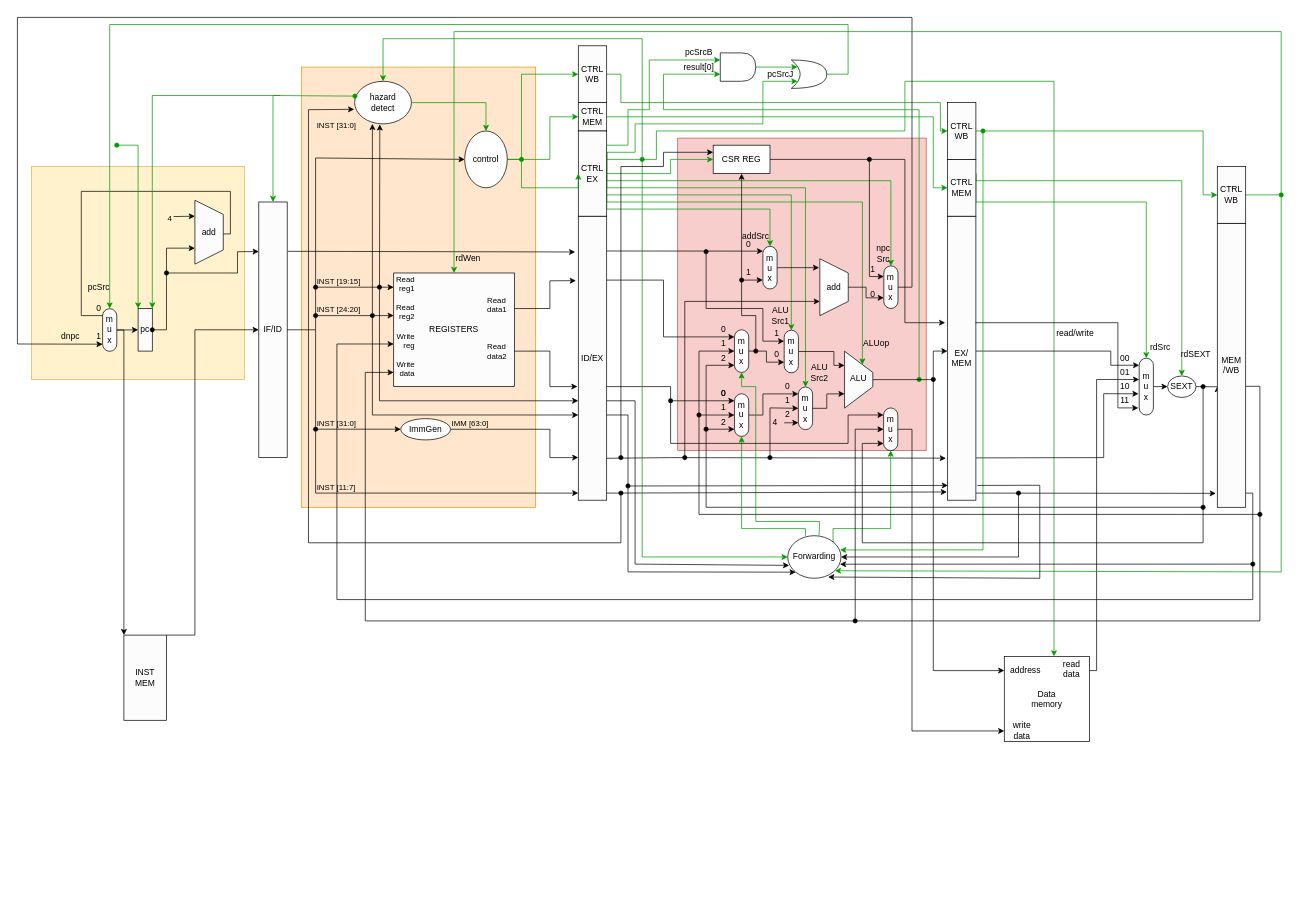
Earlier version of the draw.io diagram Untitled Diagram.drawio (francisyuu/drawtest). Source tidied: cells renumbered, new cells numbered last; positions are measured from the earlier drawing's top-left corner, leaving out a move shared by most shapes. Both pictures are drawn from the tidied source at 71%, with x=0, y=0 at pixel (17, 17).
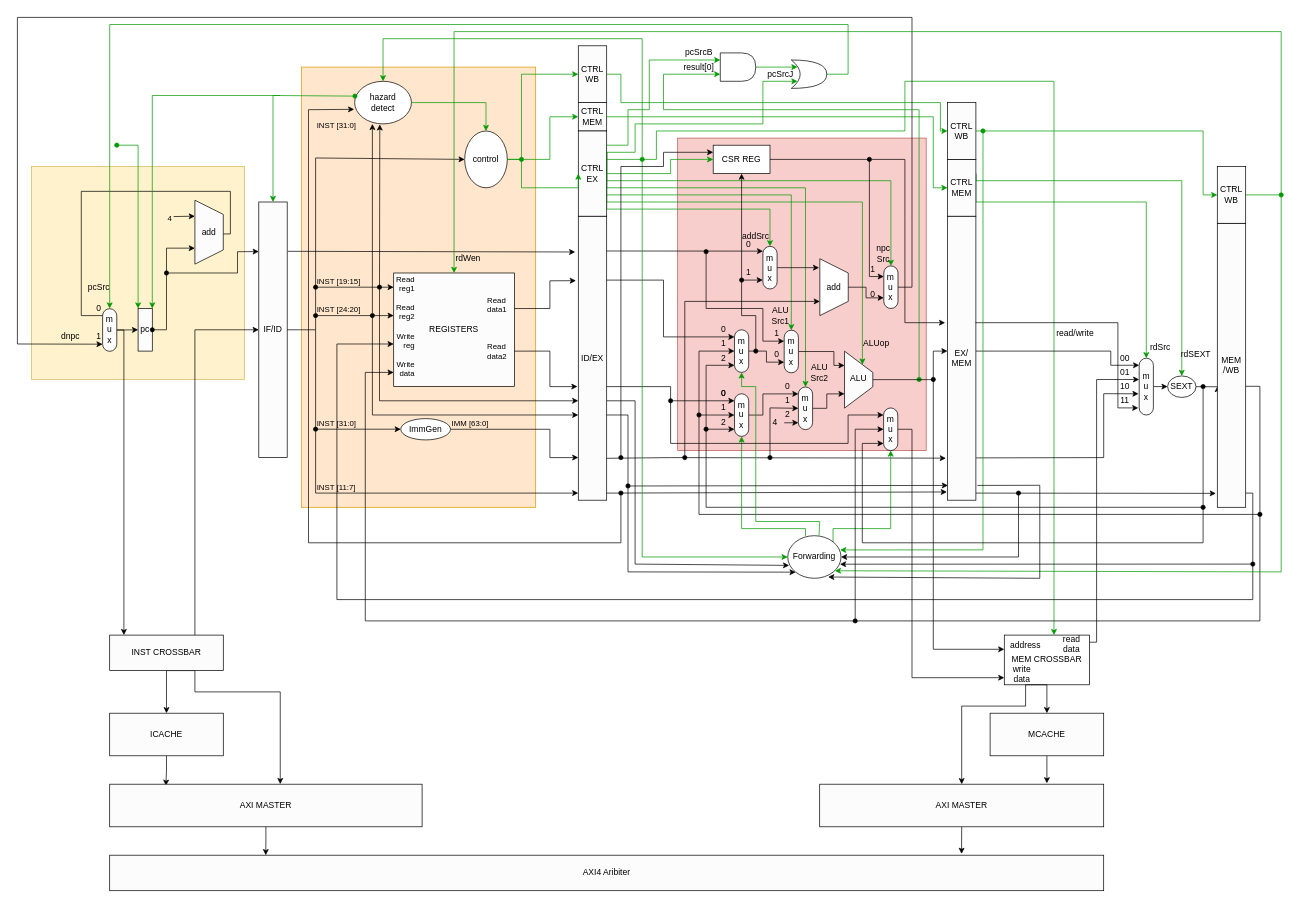
Above is the later version.

The change refers to these unchanged cells:
```xml
<mxCell id="10" value="IF/ID" style="rounded=0;whiteSpace=wrap;html=1;labelBackgroundColor=none;fontColor=default;fillColor=#FCFCFC;" parent="1" vertex="1">
  <mxGeometry x="340" y="260" width="40" height="360" as="geometry" />
</mxCell>
<mxCell id="70" value="m&lt;br&gt;u&lt;br&gt;x" style="rounded=1;whiteSpace=wrap;html=1;labelBackgroundColor=none;fontColor=default;fillColor=#FCFCFC;arcSize=50;rotation=0;verticalAlign=middle;" parent="1" vertex="1">
  <mxGeometry x="1580" y="480" width="20" height="80" as="geometry" />
</mxCell>
<mxCell id="85" value="m&lt;br&gt;u&lt;br&gt;x" style="rounded=1;whiteSpace=wrap;html=1;labelBackgroundColor=none;fontColor=default;fillColor=#FCFCFC;arcSize=50;rotation=0;verticalAlign=middle;" parent="1" vertex="1">
  <mxGeometry x="120" y="410.3" width="20" height="60" as="geometry" />
</mxCell>
<mxCell id="135" style="shape=trapezoid;perimeter=trapezoidPerimeter;whiteSpace=wrap;html=1;fixedSize=1;labelBackgroundColor=none;sketch=0;fontColor=default;fillColor=#FCFCFC;rotation=90;size=29.960000000000036;" parent="1" vertex="1">
  <mxGeometry x="1144.8" y="490.3" width="80.2" height="39.8" as="geometry" />
</mxCell>
<mxCell id="170" value="m&lt;br&gt;u&lt;br&gt;x" style="rounded=1;whiteSpace=wrap;html=1;labelBackgroundColor=none;fontColor=default;fillColor=#FCFCFC;arcSize=50;rotation=0;verticalAlign=middle;" parent="1" vertex="1">
  <mxGeometry x="1220" y="550.1" width="20" height="60" as="geometry" />
</mxCell>
```

Change to the diagram source:
```diff
@@
-    <mxCell id="8" style="edgeStyle=none;rounded=0;jumpStyle=none;jumpSize=6;jettySize=auto;html=1;exitX=1;exitY=0;exitDx=0;exitDy=0;entryX=0;entryY=0.5;entryDx=0;entryDy=0;fontColor=default;startArrow=none;startFill=0;sourcePerimeterSpacing=0;elbow=vertical;" parent="1" edge="1" source="9" target="10">
+    <mxCell id="8" style="edgeStyle=none;rounded=0;jumpStyle=none;jumpSize=6;jettySize=auto;html=1;entryX=0;entryY=0.5;entryDx=0;entryDy=0;fontColor=default;startArrow=none;startFill=0;sourcePerimeterSpacing=0;elbow=vertical;" parent="1" edge="1" target="10">
       <mxGeometry relative="1" as="geometry">
+        <mxPoint x="250" y="870" as="sourcePoint" />
         <Array as="points">
           <mxPoint x="250" y="870" />
           <mxPoint x="250" y="440" />
         </Array>
       </mxGeometry>
     </mxCell>
+    <mxCell id="198" style="edgeStyle=orthogonalEdgeStyle;rounded=0;jettySize=auto;html=1;exitX=0.5;exitY=1;exitDx=0;exitDy=0;entryX=0.5;entryY=0;entryDx=0;entryDy=0;strokeColor=#000000;startArrow=none;startFill=0;" parent="1" edge="1" source="9" target="202">
+      <mxGeometry relative="1" as="geometry" />
+    </mxCell>
+    <mxCell id="199" style="edgeStyle=orthogonalEdgeStyle;rounded=0;jettySize=auto;html=1;exitX=0.5;exitY=1;exitDx=0;exitDy=0;entryX=0.546;entryY=-0.002;entryDx=0;entryDy=0;entryPerimeter=0;strokeColor=#000000;startArrow=none;startFill=0;" parent="1" edge="1" source="9" target="204">
+      <mxGeometry relative="1" as="geometry">
+        <Array as="points">
+          <mxPoint x="250" y="920" />
+          <mxPoint x="250" y="950" />
+          <mxPoint x="370" y="950" />
+        </Array>
+      </mxGeometry>
+    </mxCell>
-    <mxCell id="9" value="INST MEM" style="rounded=0;whiteSpace=wrap;html=1;labelBackgroundColor=none;fontColor=default;fillColor=#FCFCFC;" parent="1" vertex="1">
-      <mxGeometry x="150" y="870" width="60" height="120" as="geometry" />
+    <mxCell id="9" value="INST CROSSBAR" style="rounded=0;whiteSpace=wrap;html=1;labelBackgroundColor=none;fontColor=default;fillColor=#FCFCFC;" parent="1" vertex="1">
+      <mxGeometry x="130" y="870" width="160" height="50" as="geometry" />
     </mxCell>
@@
-    <mxCell id="66" style="endArrow=classic;html=1;rounded=0;entryX=0;entryY=0.375;entryDx=0;entryDy=0;entryPerimeter=0;" parent="1" edge="1" target="70">
+    <mxCell id="66" style="endArrow=classic;html=1;rounded=0;entryX=0;entryY=0.375;entryDx=0;entryDy=0;entryPerimeter=0;exitX=1;exitY=0.401;exitDx=0;exitDy=0;exitPerimeter=0;" parent="1" edge="1" source="81" target="70">
       <mxGeometry relative="1" as="geometry">
-        <mxPoint x="1510" y="920" as="sourcePoint" />
         <Array as="points">
-          <mxPoint x="1520" y="920" />
+          <mxPoint x="1520" y="880" />
           <mxPoint x="1520" y="510" />
         </Array>
       </mxGeometry>
     </mxCell>
@@
     <mxCell id="77" style="group;" parent="1" vertex="1">
-      <mxGeometry x="1380" y="900" width="130" height="120" as="geometry" />
+      <mxGeometry x="1380" y="870" width="130" height="120" as="geometry" />
     </mxCell>
-    <mxCell id="78" value="Data&lt;br&gt;memory" style="rounded=0;whiteSpace=wrap;html=1;" parent="77" vertex="1">
-      <mxGeometry x="10" width="120" height="120" as="geometry" />
+    <mxCell id="78" value="MEM CROSSBAR" style="rounded=0;whiteSpace=wrap;html=1;" parent="77" vertex="1">
+      <mxGeometry x="10" width="120" height="70" as="geometry" />
     </mxCell>
     <mxCell id="79" value="address" style="text;strokeColor=none;align=center;fillColor=none;html=1;verticalAlign=middle;whiteSpace=wrap;rounded=0;" parent="77" vertex="1">
-      <mxGeometry x="10" y="5" width="60" height="30" as="geometry" />
+      <mxGeometry x="10" width="60" height="30" as="geometry" />
     </mxCell>
     <mxCell id="80" value="write&lt;br&gt;data" style="text;strokeColor=none;align=center;fillColor=none;html=1;verticalAlign=middle;whiteSpace=wrap;rounded=0;" parent="77" vertex="1">
-      <mxGeometry x="10" y="90" width="50" height="30" as="geometry" />
+      <mxGeometry x="10" y="40" width="50" height="30" as="geometry" />
     </mxCell>
     <mxCell id="81" value="read&lt;br&gt;data" style="text;strokeColor=none;align=center;fillColor=none;html=1;verticalAlign=middle;whiteSpace=wrap;rounded=0;" parent="77" vertex="1">
-      <mxGeometry x="80" y="5" width="50" height="25" as="geometry" />
+      <mxGeometry x="80" width="50" height="25" as="geometry" />
     </mxCell>
@@
-    <mxCell id="84" style="edgeStyle=orthogonalEdgeStyle;rounded=0;jettySize=auto;html=1;exitX=1;exitY=0.5;exitDx=0;exitDy=0;entryX=0;entryY=0;entryDx=0;entryDy=0;strokeColor=#000000;startArrow=none;startFill=0;" parent="1" edge="1" source="85" target="9">
+    <mxCell id="84" style="edgeStyle=orthogonalEdgeStyle;rounded=0;jettySize=auto;html=1;exitX=1;exitY=0.5;exitDx=0;exitDy=0;strokeColor=#000000;startArrow=none;startFill=0;" parent="1" edge="1" source="85">
       <mxGeometry relative="1" as="geometry">
+        <mxPoint x="150" y="870" as="targetPoint" />
         <Array as="points">
           <mxPoint x="150" y="440" />
           <mxPoint x="150" y="870" />
         </Array>
       </mxGeometry>
     </mxCell>
@@
-    <mxCell id="134" style="edgeStyle=orthogonalEdgeStyle;rounded=0;jettySize=auto;html=1;exitX=0.5;exitY=0;exitDx=0;exitDy=0;entryX=0;entryY=0.5;entryDx=0;entryDy=0;" parent="1" edge="1" source="135" target="79">
+    <mxCell id="134" style="edgeStyle=orthogonalEdgeStyle;rounded=0;jettySize=auto;html=1;exitX=0.5;exitY=0;exitDx=0;exitDy=0;" parent="1" edge="1" source="135">
       <mxGeometry relative="1" as="geometry">
+        <mxPoint x="1390" y="890" as="targetPoint" />
         <Array as="points">
           <mxPoint x="1290" y="510" />
-          <mxPoint x="1290" y="920" />
+          <mxPoint x="1290" y="890" />
+          <mxPoint x="1390" y="890" />
         </Array>
       </mxGeometry>
     </mxCell>
@@
-    <mxCell id="169" style="edgeStyle=orthogonalEdgeStyle;rounded=0;jettySize=auto;html=1;exitX=1;exitY=0.5;exitDx=0;exitDy=0;entryX=0;entryY=0.5;entryDx=0;entryDy=0;" parent="1" edge="1" source="170" target="80">
+    <mxCell id="169" style="edgeStyle=orthogonalEdgeStyle;rounded=0;jettySize=auto;html=1;exitX=1;exitY=0.5;exitDx=0;exitDy=0;" parent="1" edge="1" source="170">
       <mxGeometry relative="1" as="geometry">
+        <mxPoint x="1390" y="930" as="targetPoint" />
         <Array as="points">
           <mxPoint x="1260" y="580" />
-          <mxPoint x="1260" y="1005" />
+          <mxPoint x="1260" y="930" />
+          <mxPoint x="1390" y="930" />
         </Array>
       </mxGeometry>
     </mxCell>
@@
+    <mxCell id="200" value="AXI4 Aribiter" style="rounded=0;whiteSpace=wrap;html=1;labelBackgroundColor=none;fontColor=default;fillColor=#FCFCFC;" parent="1" vertex="1">
+      <mxGeometry x="130" y="1180" width="1400" height="50" as="geometry" />
+    </mxCell>
+    <mxCell id="201" style="edgeStyle=orthogonalEdgeStyle;rounded=0;jettySize=auto;html=1;exitX=0.5;exitY=1;exitDx=0;exitDy=0;entryX=0.18;entryY=0.036;entryDx=0;entryDy=0;entryPerimeter=0;strokeColor=#000000;startArrow=none;startFill=0;" parent="1" edge="1" source="202" target="204">
+      <mxGeometry relative="1" as="geometry" />
+    </mxCell>
+    <mxCell id="202" value="ICACHE" style="rounded=0;whiteSpace=wrap;html=1;labelBackgroundColor=none;fontColor=default;fillColor=#FCFCFC;" parent="1" vertex="1">
+      <mxGeometry x="130" y="980" width="160" height="60" as="geometry" />
+    </mxCell>
+    <mxCell id="203" style="edgeStyle=orthogonalEdgeStyle;rounded=0;jettySize=auto;html=1;exitX=0.5;exitY=1;exitDx=0;exitDy=0;entryX=0.157;entryY=0;entryDx=0;entryDy=0;entryPerimeter=0;strokeColor=#000000;startArrow=none;startFill=0;" parent="1" edge="1" source="204" target="200">
+      <mxGeometry relative="1" as="geometry" />
+    </mxCell>
+    <mxCell id="204" value="AXI MASTER" style="rounded=0;whiteSpace=wrap;html=1;labelBackgroundColor=none;fontColor=default;fillColor=#FCFCFC;" parent="1" vertex="1">
+      <mxGeometry x="130" y="1080" width="440" height="60" as="geometry" />
+    </mxCell>
+    <mxCell id="205" style="edgeStyle=orthogonalEdgeStyle;rounded=0;jettySize=auto;html=1;exitX=0.5;exitY=1;exitDx=0;exitDy=0;entryX=0.857;entryY=-0.037;entryDx=0;entryDy=0;entryPerimeter=0;strokeColor=#000000;startArrow=none;startFill=0;" parent="1" edge="1" source="206" target="200">
+      <mxGeometry relative="1" as="geometry" />
+    </mxCell>
+    <mxCell id="206" value="AXI MASTER" style="rounded=0;whiteSpace=wrap;html=1;labelBackgroundColor=none;fontColor=default;fillColor=#FCFCFC;" parent="1" vertex="1">
+      <mxGeometry x="1130" y="1080" width="400" height="60" as="geometry" />
+    </mxCell>
+    <mxCell id="207" style="edgeStyle=orthogonalEdgeStyle;rounded=0;jettySize=auto;html=1;exitX=0.5;exitY=1;exitDx=0;exitDy=0;entryX=0.8;entryY=-0.021;entryDx=0;entryDy=0;entryPerimeter=0;strokeColor=#000000;startArrow=none;startFill=0;" parent="1" edge="1" source="208" target="206">
+      <mxGeometry relative="1" as="geometry" />
+    </mxCell>
+    <mxCell id="208" value="MCACHE" style="rounded=0;whiteSpace=wrap;html=1;labelBackgroundColor=none;fontColor=default;fillColor=#FCFCFC;" parent="1" vertex="1">
+      <mxGeometry x="1370" y="980" width="160" height="60" as="geometry" />
+    </mxCell>
+    <mxCell id="209" style="edgeStyle=orthogonalEdgeStyle;rounded=0;jettySize=auto;html=1;exitX=0.5;exitY=1;exitDx=0;exitDy=0;strokeColor=#000000;startArrow=none;startFill=0;entryX=0.5;entryY=0;entryDx=0;entryDy=0;" parent="1" edge="1" source="78" target="208">
+      <mxGeometry relative="1" as="geometry" />
+    </mxCell>
+    <mxCell id="210" style="edgeStyle=orthogonalEdgeStyle;rounded=0;jettySize=auto;html=1;exitX=0.5;exitY=1;exitDx=0;exitDy=0;strokeColor=#000000;startArrow=none;startFill=0;" parent="1" edge="1" source="78" target="206">
+      <mxGeometry relative="1" as="geometry">
+        <Array as="points">
+          <mxPoint x="1420" y="940" />
+          <mxPoint x="1420" y="970" />
+          <mxPoint x="1330" y="970" />
+        </Array>
+      </mxGeometry>
+    </mxCell>
```
